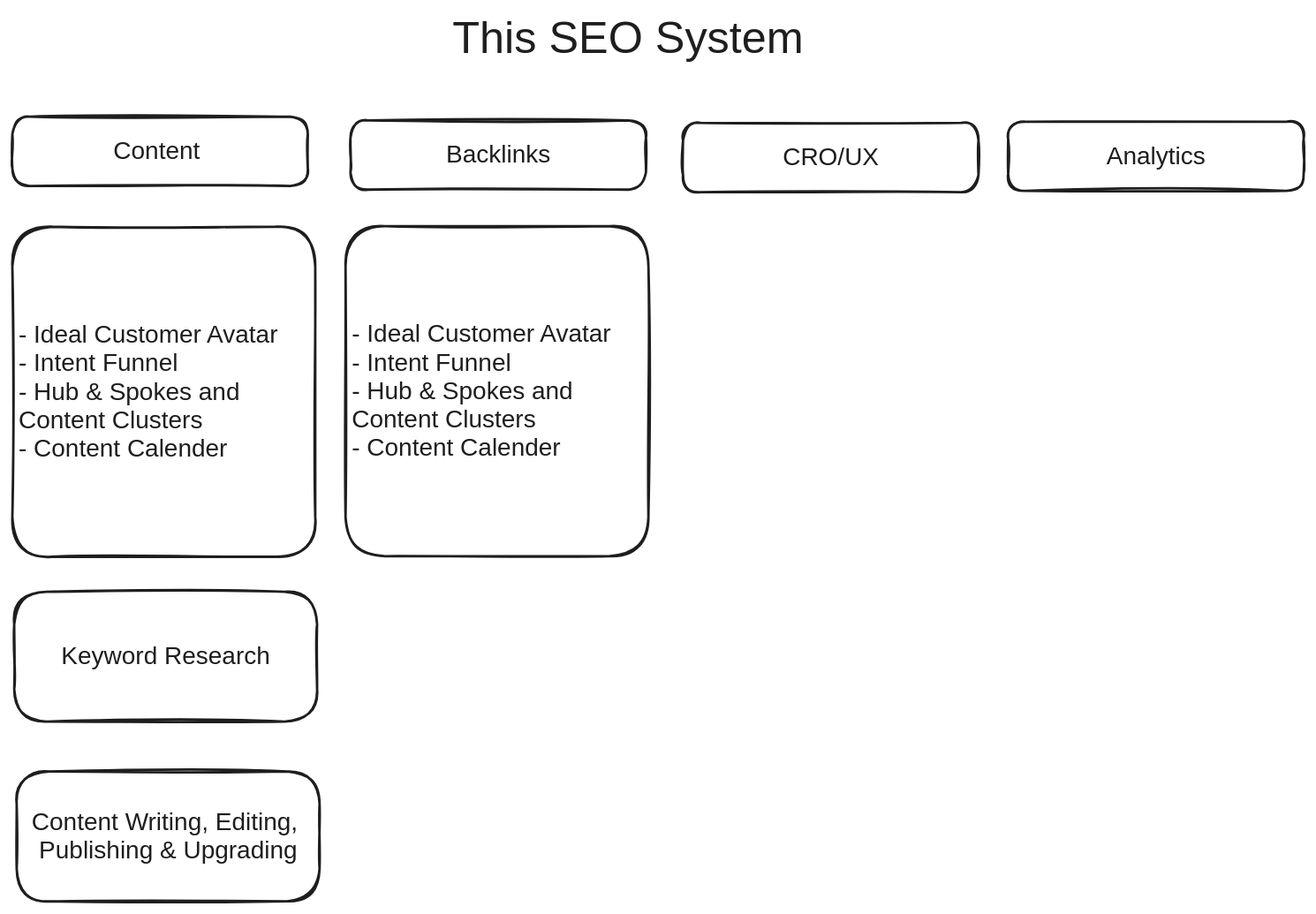
Above: QuickNotes/20240526 The SEO System.excalidraw.svg in mshafat/noteshub (Excalidraw), before the change. Source tidied: one line per element, renumbered; positions are measured from the earlier drawing's top-left corner, leaving out a move shared by most shapes.
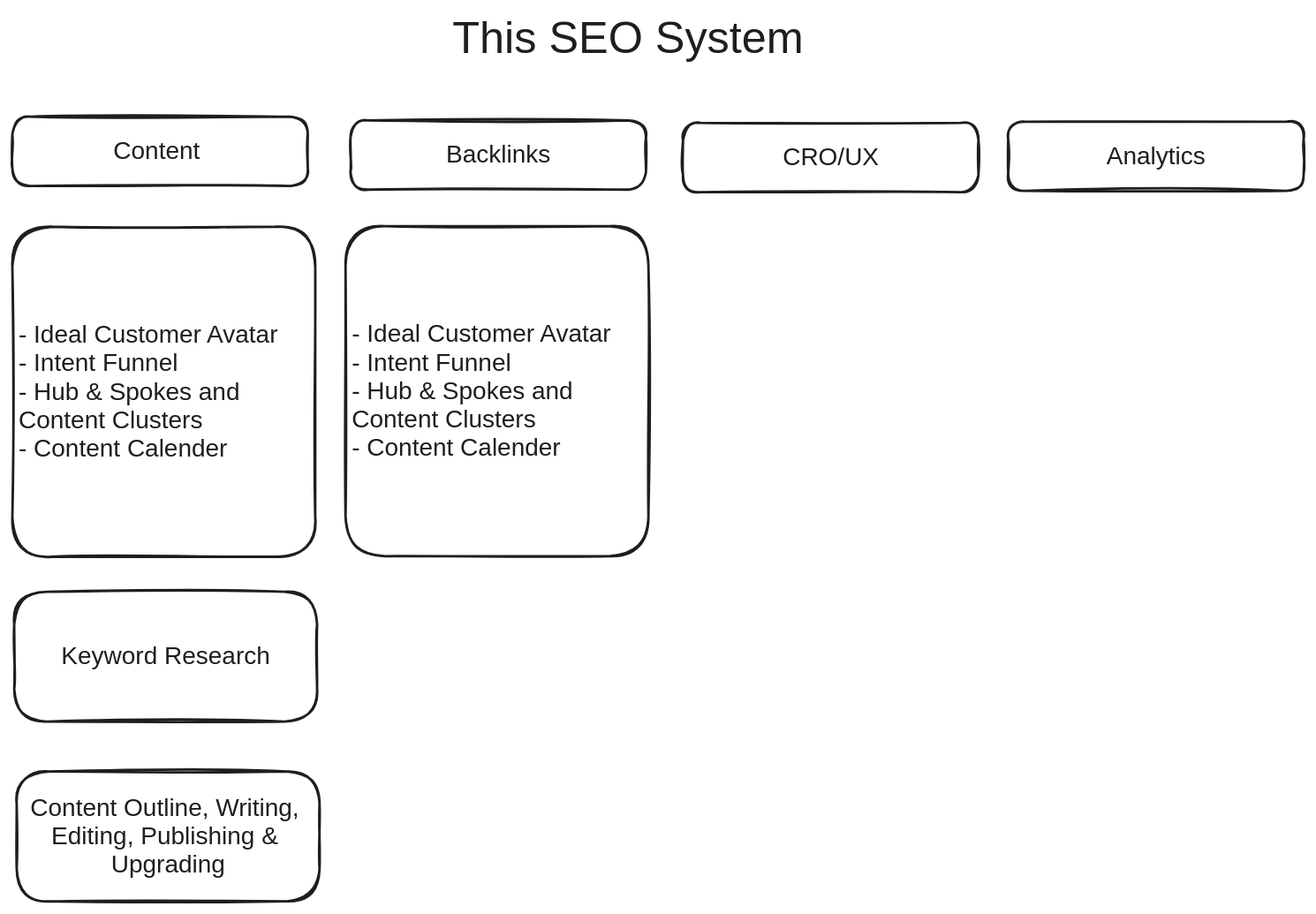
The same diagram one commit later.

Change to the diagram source:
```diff
@@ -14,4 +14,4 @@
 {"id": 13, "type": "rectangle", "strokeColor": "#1e1e1e", "strokeWidth": 2, "roughness": 1, "round": true, "x": 2, "y": 468, "width": 245, "height": 105}
 {"id": 14, "type": "text", "text": "Keyword Research", "strokeColor": "#1e1e1e", "strokeWidth": 2, "roughness": 1, "fontSize": 20, "fontFamily": 2, "textAlign": "center", "verticalAlign": "middle", "inside": 13, "x": 40, "y": 509, "width": 169, "height": 23}
 {"id": 15, "type": "rectangle", "strokeColor": "#1e1e1e", "strokeWidth": 2, "roughness": 1, "round": true, "x": 4, "y": 614, "width": 245, "height": 105}
-{"id": 16, "type": "text", "text": "Content Writing, Editing, \nPublishing & Upgrading", "strokeColor": "#1e1e1e", "strokeWidth": 2, "roughness": 1, "fontSize": 20, "fontFamily": 2, "textAlign": "center", "verticalAlign": "middle", "inside": 15, "x": 16, "y": 643, "width": 221, "height": 46}
+{"id": 16, "type": "text", "text": "Content Outline, Writing, \nEditing, Publishing & \nUpgrading", "strokeColor": "#1e1e1e", "strokeWidth": 2, "roughness": 1, "fontSize": 20, "fontFamily": 2, "textAlign": "center", "verticalAlign": "middle", "inside": 15, "x": 14, "y": 632, "width": 223, "height": 69}
```
